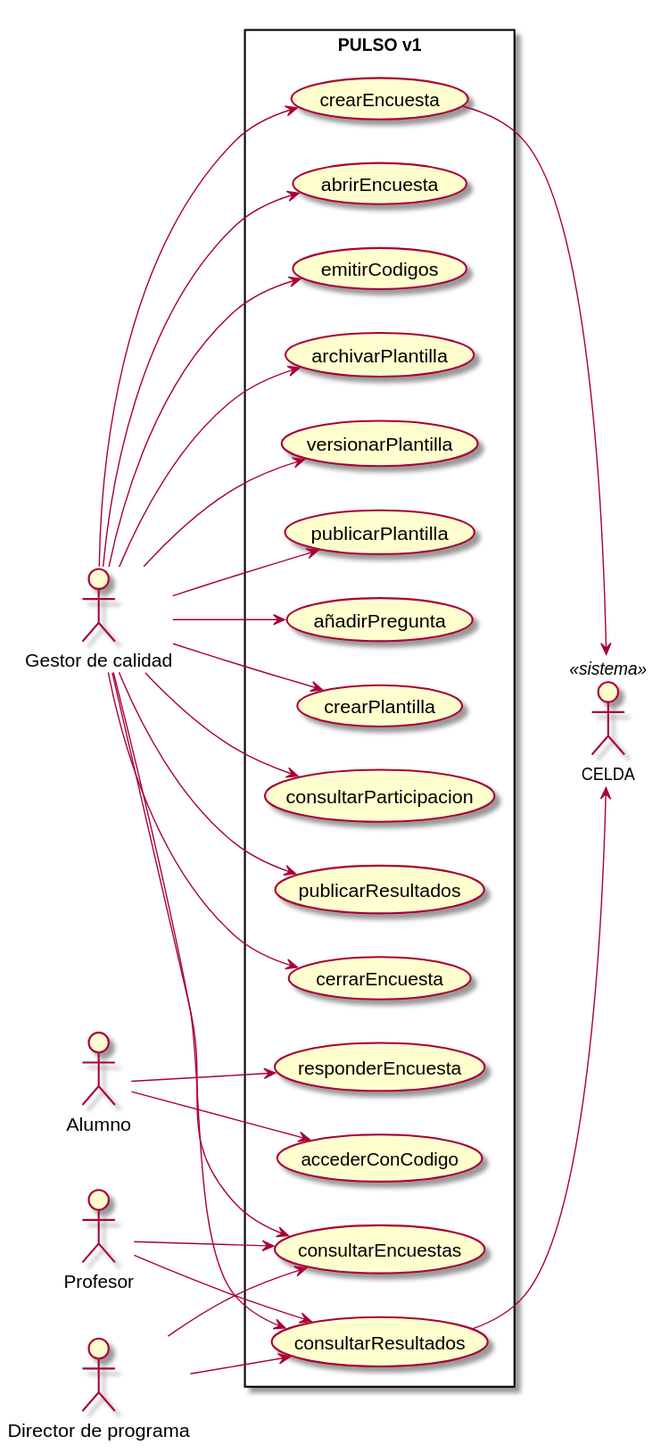
Earlier version of the PlantUML export images/RUP/01-requisitos/01-actores-casos-uso/actoresCasosUso.svg (mmasias/pyPULSO).
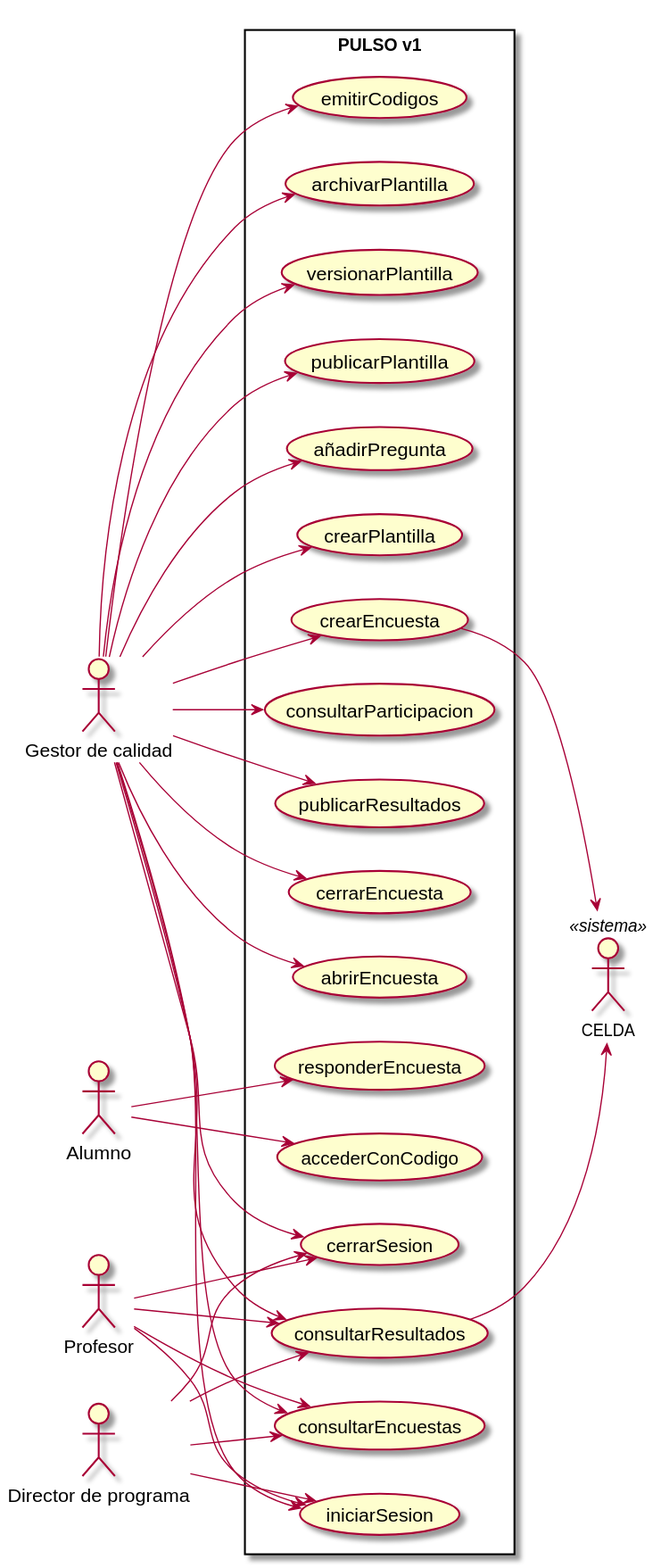
After the commit.

Change to the diagram source:
```diff
@@ -7,6 +7,8 @@
 actor "CELDA" as C <<sistema>>
 
 rectangle "PULSO v1" {
+  usecase "iniciarSesion" as UC0
+  usecase "cerrarSesion" as UC00
   usecase "crearPlantilla" as UC1
   usecase "añadirPregunta" as UC2
   usecase "publicarPlantilla" as UC3
@@ -24,6 +26,12 @@
   usecase "consultarEncuestas" as UC15
 }
 
+G --> UC0
+G --> UC00
+P --> UC0
+P --> UC00
+D --> UC0
+D --> UC00
 G --> UC1
 G --> UC2
 G --> UC3
```
